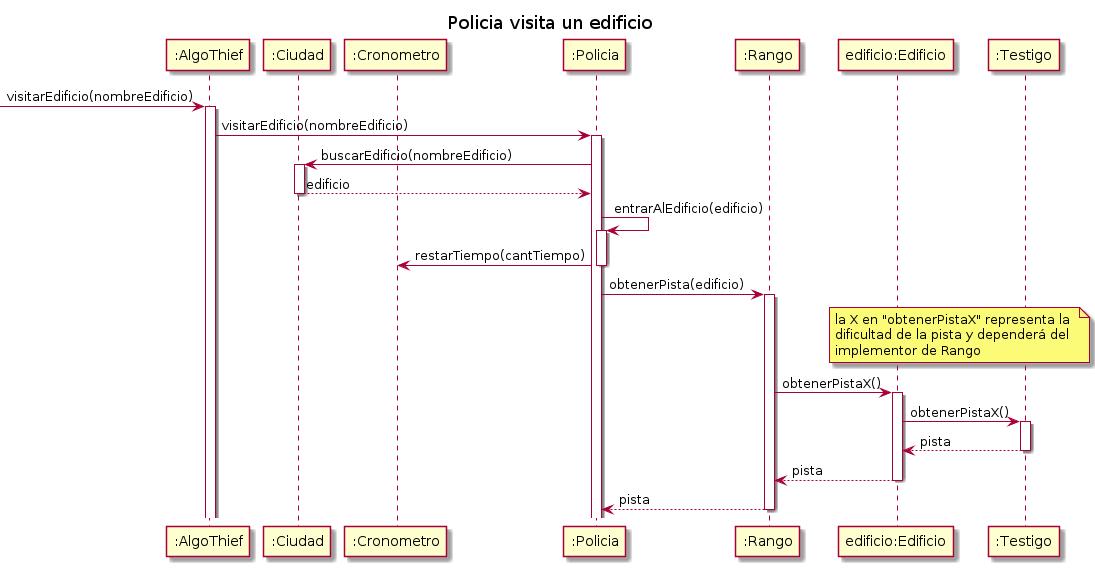
Above: diagrams/sequences/secuencia_visitarEdificio.png in MegaRedHand/algo-thief (PlantUML), before the change.
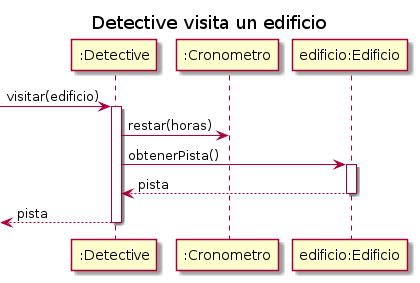
The same diagram one commit later.

What changed in the source:
```diff
@@ -1,41 +1,17 @@
 @startuml
 
 
-title "Policia visita un edificio"
+title "Detective visita un edificio"
+participant ":Detective" as detective
+participant ":Cronometro" as cron
+participant "edificio:Edificio" as edificio
 
-
-!$nota_obtener_pista = 'la X en "obtenerPistaX" representa la \ndificultad de la pista y dependerá del \nimplementor de Rango'
-
-participant ":AlgoThief" as algo
-participant ":Ciudad" as ciudad
-participant ":Cronometro" as cron
-participant ":Policia" as policia
-participant ":Rango" as rango
-participant "edificio:Edificio" as edificio
-participant ":Testigo" as testigo
-
- -> algo: visitarEdificio(nombreEdificio)
- activate algo
- algo -> policia: visitarEdificio(nombreEdificio)
-    activate policia
-    policia -> ciudad: buscarEdificio(nombreEdificio)
-        activate ciudad
-        return edificio
-    policia -> policia: entrarAlEdificio(edificio)
-        activate policia
-        policia -> cron: restarTiempo(cantTiempo)
-        deactivate policia
-    policia -> rango: obtenerPista(edificio)
-    note over edificio, testigo: $nota_obtener_pista
-        activate rango
-        rango -> edificio: obtenerPistaX()
-
-            activate edificio
-            edificio -> testigo: obtenerPistaX()
-                activate testigo
-                return pista
-            return pista
-        return pista
-
+-> detective: visitar(edificio)
+activate detective
+detective -> cron: restar(horas)
+detective -> edificio: obtenerPista()
+    activate edificio
+    return pista
+return pista
 
 @enduml
```
